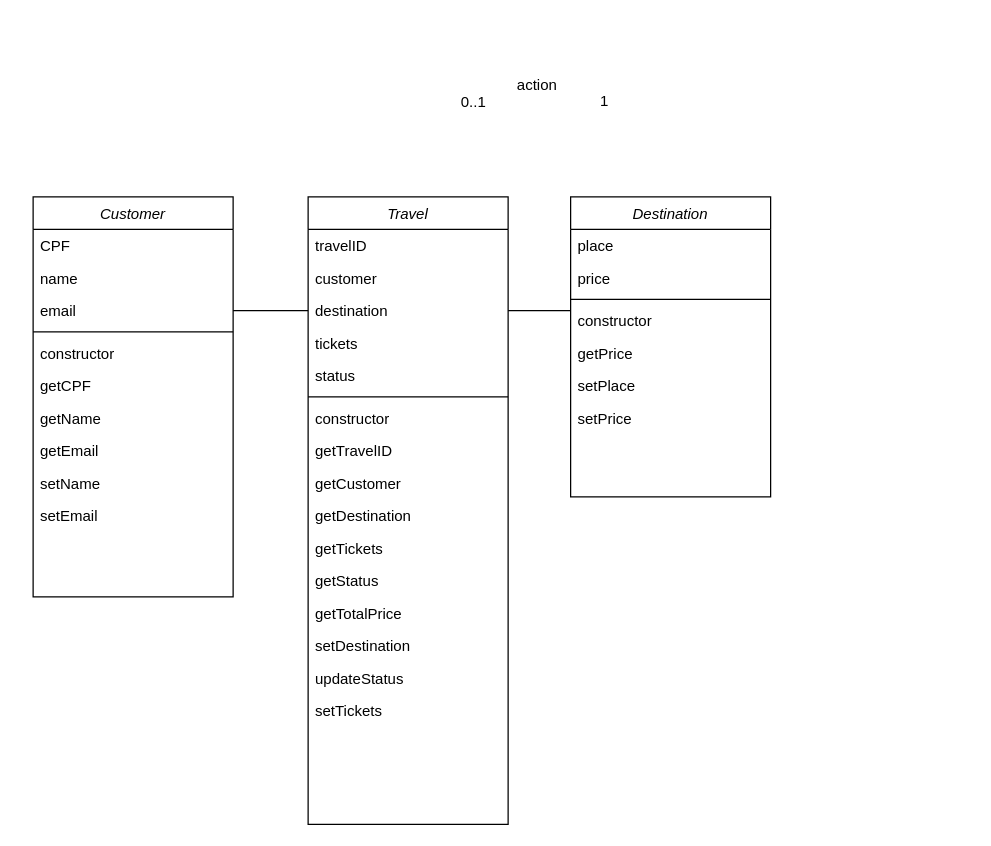
This is trab/java/UML.drawio from vitimon/recode, a draw.io file, before an edit. Source tidied: cells renumbered, new cells numbered last; positions are measured from the earlier drawing's top-left corner, leaving out a move shared by most shapes. Both pictures are drawn from the tidied source at 125%, with x=0, y=0 at pixel (32, 95).
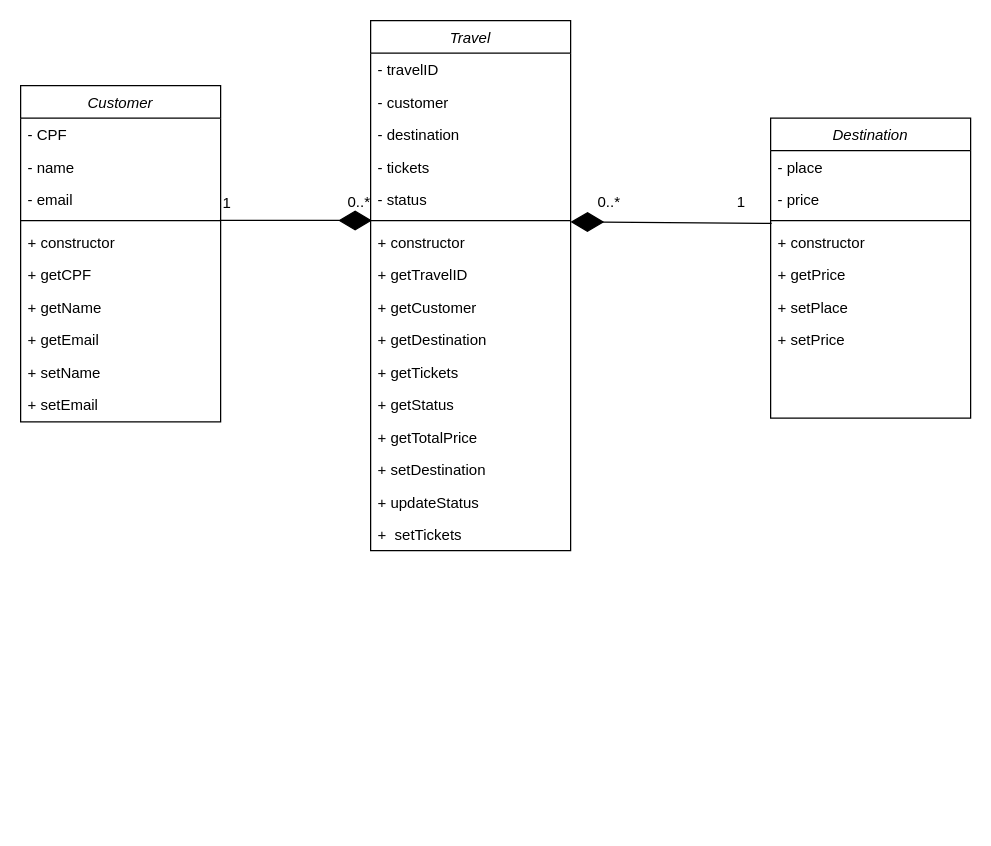
After the change.

Commit message (it also covers changes not shown here):
trabalho versão final(acho)

Unchanged cells that the change refers to:
```xml
<mxCell id="6" style="line;html=1;strokeWidth=1;align=left;verticalAlign=middle;spacingTop=-1;spacingLeft=3;spacingRight=3;labelPosition=right;points=[];portConstraint=eastwest;" parent="2" vertex="1">
  <mxGeometry y="104" width="160" height="8" as="geometry" />
</mxCell>
<mxCell id="27" style="line;html=1;strokeWidth=1;align=left;verticalAlign=middle;spacingTop=-1;spacingLeft=3;spacingRight=3;labelPosition=right;points=[];portConstraint=eastwest;" parent="21" vertex="1">
  <mxGeometry y="156" width="160" height="8" as="geometry" />
</mxCell>
```

Change to the diagram source:
```diff
@@
-<mxGraphModel>
+<mxGraphModel background="#ffffff">
@@
-    <mxCell id="2" value="Customer" style="swimlane;fontStyle=2;align=center;verticalAlign=top;horizontal=1;startSize=26;rounded=0;shadow=0;strokeWidth=1;" parent="1" vertex="1">
-      <mxGeometry y="81" width="160" height="320" as="geometry" />
+    <mxCell id="2" value="Customer" style="swimlane;fontStyle=2;align=center;verticalAlign=top;horizontal=1;startSize=26;rounded=0;shadow=0;strokeWidth=1;fillColor=#FFFFFF;" parent="1" vertex="1">
+      <mxGeometry x="-10" y="-8" width="160" height="269" as="geometry" />
     </mxCell>
-    <mxCell id="3" value="CPF" style="text;align=left;verticalAlign=top;spacingLeft=4;spacingRight=4;overflow=hidden;rounded=0;shadow=0;html=0;" parent="2" vertex="1">
+    <mxCell id="3" value="- CPF" style="text;align=left;verticalAlign=top;spacingLeft=4;spacingRight=4;overflow=hidden;rounded=0;shadow=0;html=0;" parent="2" vertex="1">
       <mxGeometry y="26" width="160" height="26" as="geometry" />
     </mxCell>
-    <mxCell id="4" value="name" style="text;align=left;verticalAlign=top;spacingLeft=4;spacingRight=4;overflow=hidden;" parent="2" vertex="1">
+    <mxCell id="4" value="- name" style="text;align=left;verticalAlign=top;spacingLeft=4;spacingRight=4;overflow=hidden;" parent="2" vertex="1">
       <mxGeometry y="52" width="160" height="26" as="geometry" />
     </mxCell>
-    <mxCell id="5" value="email" style="text;align=left;verticalAlign=top;spacingLeft=4;spacingRight=4;overflow=hidden;rounded=0;shadow=0;html=0;" parent="2" vertex="1">
+    <mxCell id="5" value="- email" style="text;align=left;verticalAlign=top;spacingLeft=4;spacingRight=4;overflow=hidden;rounded=0;shadow=0;html=0;" parent="2" vertex="1">
       <mxGeometry y="78" width="160" height="26" as="geometry" />
     </mxCell>
@@
-    <mxCell id="7" value="constructor" style="text;align=left;verticalAlign=top;spacingLeft=4;spacingRight=4;overflow=hidden;" parent="2" vertex="1">
+    <mxCell id="7" value="+ constructor" style="text;align=left;verticalAlign=top;spacingLeft=4;spacingRight=4;overflow=hidden;" parent="2" vertex="1">
       <mxGeometry y="112" width="160" height="26" as="geometry" />
     </mxCell>
-    <mxCell id="8" value="getCPF" style="text;align=left;verticalAlign=top;spacingLeft=4;spacingRight=4;overflow=hidden;" parent="2" vertex="1">
+    <mxCell id="8" value="+ getCPF" style="text;align=left;verticalAlign=top;spacingLeft=4;spacingRight=4;overflow=hidden;" parent="2" vertex="1">
       <mxGeometry y="138" width="160" height="26" as="geometry" />
     </mxCell>
-    <mxCell id="9" value="getName" style="text;align=left;verticalAlign=top;spacingLeft=4;spacingRight=4;overflow=hidden;" parent="2" vertex="1">
+    <mxCell id="9" value="+ getName" style="text;align=left;verticalAlign=top;spacingLeft=4;spacingRight=4;overflow=hidden;" parent="2" vertex="1">
       <mxGeometry y="164" width="160" height="26" as="geometry" />
     </mxCell>
-    <mxCell id="10" value="getEmail" style="text;align=left;verticalAlign=top;spacingLeft=4;spacingRight=4;overflow=hidden;" parent="2" vertex="1">
+    <mxCell id="10" value="+ getEmail" style="text;align=left;verticalAlign=top;spacingLeft=4;spacingRight=4;overflow=hidden;" parent="2" vertex="1">
       <mxGeometry y="190" width="160" height="26" as="geometry" />
     </mxCell>
-    <mxCell id="11" value="setName" style="text;align=left;verticalAlign=top;spacingLeft=4;spacingRight=4;overflow=hidden;" parent="2" vertex="1">
+    <mxCell id="11" value="+ setName" style="text;align=left;verticalAlign=top;spacingLeft=4;spacingRight=4;overflow=hidden;" parent="2" vertex="1">
       <mxGeometry y="216" width="160" height="26" as="geometry" />
     </mxCell>
-    <mxCell id="12" value="setEmail" style="text;align=left;verticalAlign=top;spacingLeft=4;spacingRight=4;overflow=hidden;" parent="2" vertex="1">
+    <mxCell id="12" value="+ setEmail" style="text;align=left;verticalAlign=top;spacingLeft=4;spacingRight=4;overflow=hidden;" parent="2" vertex="1">
       <mxGeometry y="242" width="160" height="26" as="geometry" />
     </mxCell>
-    <mxCell id="13" value="Destination" style="swimlane;fontStyle=2;align=center;verticalAlign=top;horizontal=1;startSize=26;rounded=0;shadow=0;strokeWidth=1;" parent="1" vertex="1">
-      <mxGeometry x="430" y="81" width="160" height="240" as="geometry" />
+    <mxCell id="13" value="Destination" style="swimlane;fontStyle=2;align=center;verticalAlign=top;horizontal=1;startSize=26;rounded=0;shadow=0;strokeWidth=1;fillColor=#FFFFFF;" parent="1" vertex="1">
+      <mxGeometry x="590" y="18" width="160" height="240" as="geometry" />
     </mxCell>
-    <mxCell id="14" value="place" style="text;align=left;verticalAlign=top;spacingLeft=4;spacingRight=4;overflow=hidden;" parent="13" vertex="1">
+    <mxCell id="14" value="- place" style="text;align=left;verticalAlign=top;spacingLeft=4;spacingRight=4;overflow=hidden;" parent="13" vertex="1">
       <mxGeometry y="26" width="160" height="26" as="geometry" />
     </mxCell>
-    <mxCell id="15" value="price" style="text;align=left;verticalAlign=top;spacingLeft=4;spacingRight=4;overflow=hidden;rounded=0;shadow=0;html=0;" parent="13" vertex="1">
+    <mxCell id="15" value="- price" style="text;align=left;verticalAlign=top;spacingLeft=4;spacingRight=4;overflow=hidden;rounded=0;shadow=0;html=0;" parent="13" vertex="1">
       <mxGeometry y="52" width="160" height="26" as="geometry" />
     </mxCell>
@@
-    <mxCell id="17" value="constructor" style="text;align=left;verticalAlign=top;spacingLeft=4;spacingRight=4;overflow=hidden;points=[[0,0.5],[1,0.5]];portConstraint=eastwest;" parent="13" vertex="1">
+    <mxCell id="17" value="+ constructor" style="text;align=left;verticalAlign=top;spacingLeft=4;spacingRight=4;overflow=hidden;points=[[0,0.5],[1,0.5]];portConstraint=eastwest;" parent="13" vertex="1">
       <mxGeometry y="86" width="160" height="26" as="geometry" />
     </mxCell>
-    <mxCell id="18" value="getPrice" style="text;align=left;verticalAlign=top;spacingLeft=4;spacingRight=4;overflow=hidden;" parent="13" vertex="1">
+    <mxCell id="18" value="+ getPrice" style="text;align=left;verticalAlign=top;spacingLeft=4;spacingRight=4;overflow=hidden;" parent="13" vertex="1">
       <mxGeometry y="112" width="160" height="26" as="geometry" />
     </mxCell>
-    <mxCell id="19" value="setPlace" style="text;align=left;verticalAlign=top;spacingLeft=4;spacingRight=4;overflow=hidden;" parent="13" vertex="1">
+    <mxCell id="19" value="+ setPlace" style="text;align=left;verticalAlign=top;spacingLeft=4;spacingRight=4;overflow=hidden;" parent="13" vertex="1">
       <mxGeometry y="138" width="160" height="26" as="geometry" />
     </mxCell>
-    <mxCell id="20" value="setPrice" style="text;align=left;verticalAlign=top;spacingLeft=4;spacingRight=4;overflow=hidden;" parent="13" vertex="1">
+    <mxCell id="20" value="+ setPrice" style="text;align=left;verticalAlign=top;spacingLeft=4;spacingRight=4;overflow=hidden;" parent="13" vertex="1">
       <mxGeometry y="164" width="160" height="26" as="geometry" />
     </mxCell>
-    <mxCell id="21" value="Travel" style="swimlane;fontStyle=2;align=center;verticalAlign=top;horizontal=1;startSize=26;rounded=0;shadow=0;strokeWidth=1;" parent="1" vertex="1">
-      <mxGeometry x="220" y="81" width="160" height="502" as="geometry" />
+    <mxCell id="21" value="Travel" style="swimlane;fontStyle=2;align=center;verticalAlign=top;horizontal=1;startSize=26;rounded=0;shadow=0;strokeWidth=1;fillColor=#FFFFFF;" parent="1" vertex="1">
+      <mxGeometry x="270" y="-60" width="160" height="424" as="geometry" />
     </mxCell>
-    <mxCell id="22" value="travelID" style="text;align=left;verticalAlign=top;spacingLeft=4;spacingRight=4;overflow=hidden;rounded=0;shadow=0;html=0;" parent="21" vertex="1">
+    <mxCell id="22" value="- travelID" style="text;align=left;verticalAlign=top;spacingLeft=4;spacingRight=4;overflow=hidden;rounded=0;shadow=0;html=0;" parent="21" vertex="1">
       <mxGeometry y="26" width="160" height="26" as="geometry" />
     </mxCell>
-    <mxCell id="23" value="customer" style="text;align=left;verticalAlign=top;spacingLeft=4;spacingRight=4;overflow=hidden;rounded=0;shadow=0;html=0;" parent="21" vertex="1">
+    <mxCell id="23" value="- customer" style="text;align=left;verticalAlign=top;spacingLeft=4;spacingRight=4;overflow=hidden;rounded=0;shadow=0;html=0;fillColor=none;" parent="21" vertex="1">
       <mxGeometry y="52" width="160" height="26" as="geometry" />
     </mxCell>
-    <mxCell id="24" value="destination" style="text;align=left;verticalAlign=top;spacingLeft=4;spacingRight=4;overflow=hidden;points=[[0,0.5],[1,0.5]];portConstraint=eastwest;rounded=0;shadow=0;html=0;" parent="21" vertex="1">
+    <mxCell id="24" value="- destination" style="text;align=left;verticalAlign=top;spacingLeft=4;spacingRight=4;overflow=hidden;points=[[0,0.5],[1,0.5]];portConstraint=eastwest;rounded=0;shadow=0;html=0;" parent="21" vertex="1">
       <mxGeometry y="78" width="160" height="26" as="geometry" />
     </mxCell>
-    <mxCell id="25" value="tickets" style="text;align=left;verticalAlign=top;spacingLeft=4;spacingRight=4;overflow=hidden;rounded=0;shadow=0;html=0;" parent="21" vertex="1">
+    <mxCell id="25" value="- tickets" style="text;align=left;verticalAlign=top;spacingLeft=4;spacingRight=4;overflow=hidden;rounded=0;shadow=0;html=0;" parent="21" vertex="1">
       <mxGeometry y="104" width="160" height="26" as="geometry" />
     </mxCell>
-    <mxCell id="26" value="status" style="text;align=left;verticalAlign=top;spacingLeft=4;spacingRight=4;overflow=hidden;rounded=0;shadow=0;html=0;" parent="21" vertex="1">
+    <mxCell id="26" value="- status" style="text;align=left;verticalAlign=top;spacingLeft=4;spacingRight=4;overflow=hidden;rounded=0;shadow=0;html=0;" parent="21" vertex="1">
       <mxGeometry y="130" width="160" height="26" as="geometry" />
     </mxCell>
@@
-    <mxCell id="28" value="constructor" style="text;align=left;verticalAlign=top;spacingLeft=4;spacingRight=4;overflow=hidden;" parent="21" vertex="1">
+    <mxCell id="28" value="+ constructor" style="text;align=left;verticalAlign=top;spacingLeft=4;spacingRight=4;overflow=hidden;" parent="21" vertex="1">
       <mxGeometry y="164" width="160" height="26" as="geometry" />
     </mxCell>
-    <mxCell id="29" value="getTravelID" style="text;align=left;verticalAlign=top;spacingLeft=4;spacingRight=4;overflow=hidden;" parent="21" vertex="1">
+    <mxCell id="29" value="+ getTravelID" style="text;align=left;verticalAlign=top;spacingLeft=4;spacingRight=4;overflow=hidden;" parent="21" vertex="1">
       <mxGeometry y="190" width="160" height="26" as="geometry" />
     </mxCell>
-    <mxCell id="30" value="getCustomer" style="text;align=left;verticalAlign=top;spacingLeft=4;spacingRight=4;overflow=hidden;" parent="21" vertex="1">
+    <mxCell id="30" value="+ getCustomer" style="text;align=left;verticalAlign=top;spacingLeft=4;spacingRight=4;overflow=hidden;" parent="21" vertex="1">
       <mxGeometry y="216" width="160" height="26" as="geometry" />
     </mxCell>
-    <mxCell id="31" value="getDestination" style="text;align=left;verticalAlign=top;spacingLeft=4;spacingRight=4;overflow=hidden;" parent="21" vertex="1">
+    <mxCell id="31" value="+ getDestination" style="text;align=left;verticalAlign=top;spacingLeft=4;spacingRight=4;overflow=hidden;" parent="21" vertex="1">
       <mxGeometry y="242" width="160" height="26" as="geometry" />
     </mxCell>
-    <mxCell id="32" value="getTickets" style="text;align=left;verticalAlign=top;spacingLeft=4;spacingRight=4;overflow=hidden;" parent="21" vertex="1">
+    <mxCell id="32" value="+ getTickets" style="text;align=left;verticalAlign=top;spacingLeft=4;spacingRight=4;overflow=hidden;" parent="21" vertex="1">
       <mxGeometry y="268" width="160" height="26" as="geometry" />
     </mxCell>
-    <mxCell id="33" value="getStatus" style="text;align=left;verticalAlign=top;spacingLeft=4;spacingRight=4;overflow=hidden;" parent="21" vertex="1">
+    <mxCell id="33" value="+ getStatus" style="text;align=left;verticalAlign=top;spacingLeft=4;spacingRight=4;overflow=hidden;" parent="21" vertex="1">
       <mxGeometry y="294" width="160" height="26" as="geometry" />
     </mxCell>
-    <mxCell id="34" value="getTotalPrice" style="text;align=left;verticalAlign=top;spacingLeft=4;spacingRight=4;overflow=hidden;" parent="21" vertex="1">
+    <mxCell id="34" value="+ getTotalPrice" style="text;align=left;verticalAlign=top;spacingLeft=4;spacingRight=4;overflow=hidden;" parent="21" vertex="1">
       <mxGeometry y="320" width="160" height="26" as="geometry" />
     </mxCell>
-    <mxCell id="35" value="setDestination" style="text;align=left;verticalAlign=top;spacingLeft=4;spacingRight=4;overflow=hidden;" parent="21" vertex="1">
+    <mxCell id="35" value="+ setDestination" style="text;align=left;verticalAlign=top;spacingLeft=4;spacingRight=4;overflow=hidden;" parent="21" vertex="1">
       <mxGeometry y="346" width="160" height="26" as="geometry" />
     </mxCell>
-    <mxCell id="36" value="updateStatus" style="text;align=left;verticalAlign=top;spacingLeft=4;spacingRight=4;overflow=hidden;" parent="21" vertex="1">
+    <mxCell id="36" value="+ updateStatus" style="text;align=left;verticalAlign=top;spacingLeft=4;spacingRight=4;overflow=hidden;" parent="21" vertex="1">
       <mxGeometry y="372" width="160" height="26" as="geometry" />
     </mxCell>
-    <mxCell id="37" value="setTickets" style="text;align=left;verticalAlign=top;spacingLeft=4;spacingRight=4;overflow=hidden;" parent="21" vertex="1">
+    <mxCell id="37" value="+  setTickets" style="text;align=left;verticalAlign=top;spacingLeft=4;spacingRight=4;overflow=hidden;" parent="21" vertex="1">
       <mxGeometry y="398" width="160" height="26" as="geometry" />
     </mxCell>
-    <mxCell id="38" style="endArrow=none;html=1;rounded=0;entryX=1;entryY=0.5;entryDx=0;entryDy=0;exitX=0;exitY=0.5;exitDx=0;exitDy=0;" parent="1" edge="1" source="24">
-      <mxGeometry relative="1" as="geometry">
-        <mxPoint x="160" y="172" as="targetPoint" />
-      </mxGeometry>
-    </mxCell>
-    <mxCell id="39" style="endArrow=none;html=1;rounded=0;entryX=0;entryY=0.5;entryDx=0;entryDy=0;exitX=1;exitY=0.5;exitDx=0;exitDy=0;" parent="1" edge="1" source="24">
-      <mxGeometry relative="1" as="geometry">
-        <mxPoint x="430" y="172" as="targetPoint" />
-      </mxGeometry>
-    </mxCell>
-    <mxCell id="40" value="0..1" style="align=left;verticalAlign=bottom;labelBackgroundColor=none;fontSize=12;" parent="1" vertex="1">
-      <mxGeometry x="340.6" y="13.4" as="geometry" />
-    </mxCell>
+    <mxCell id="43" style="endArrow=diamondThin;endFill=1;endSize=24;html=1;rounded=0;exitX=0.005;exitY=-0.07;exitDx=0;exitDy=0;exitPerimeter=0;" parent="1" edge="1" source="17">
+      <mxGeometry relative="1" as="geometry">
+        <mxPoint x="430" y="101" as="targetPoint" />
+      </mxGeometry>
+    </mxCell>
+    <mxCell id="44" style="endArrow=diamondThin;endFill=1;endSize=24;html=1;rounded=0;exitX=0.996;exitY=0.464;exitDx=0;exitDy=0;exitPerimeter=0;entryX=0.007;entryY=0.489;entryDx=0;entryDy=0;entryPerimeter=0;" parent="1" edge="1" source="6" target="27">
+      <mxGeometry relative="1" as="geometry" />
+    </mxCell>
+    <mxCell id="45" value="1" style="align=left;verticalAlign=bottom;labelBackgroundColor=none;fontSize=12;" parent="1" vertex="1">
+      <mxGeometry x="150" y="94" as="geometry" />
+    </mxCell>
+    <mxCell id="46" value="0..*" style="align=right;verticalAlign=bottom;labelBackgroundColor=none;fontSize=12;" parent="1" vertex="1">
+      <mxGeometry x="271" y="93.8" as="geometry" />
+    </mxCell>
+    <mxCell id="47" value="0..*" style="align=left;verticalAlign=bottom;labelBackgroundColor=none;fontSize=12;" parent="1" vertex="1">
+      <mxGeometry x="450" y="93.8" as="geometry" />
+    </mxCell>
     <mxCell id="41" value="1" style="align=right;verticalAlign=bottom;labelBackgroundColor=none;fontSize=12;" parent="1" vertex="1">
-      <mxGeometry x="461.6" y="13.2" as="geometry" />
+      <mxGeometry x="571" y="93.5" as="geometry" />
     </mxCell>
-    <mxCell id="42" value="action" style="text;html=1;align=center;verticalAlign=middle;labelBackgroundColor=none;rounded=0;shadow=0;strokeWidth=1;fontSize=12;" parent="1" vertex="1">
-      <mxGeometry x="398.4" y="0.4" as="geometry">
-        <mxPoint x="4" y="-9" as="offset" />
-      </mxGeometry>
-    </mxCell>
```
